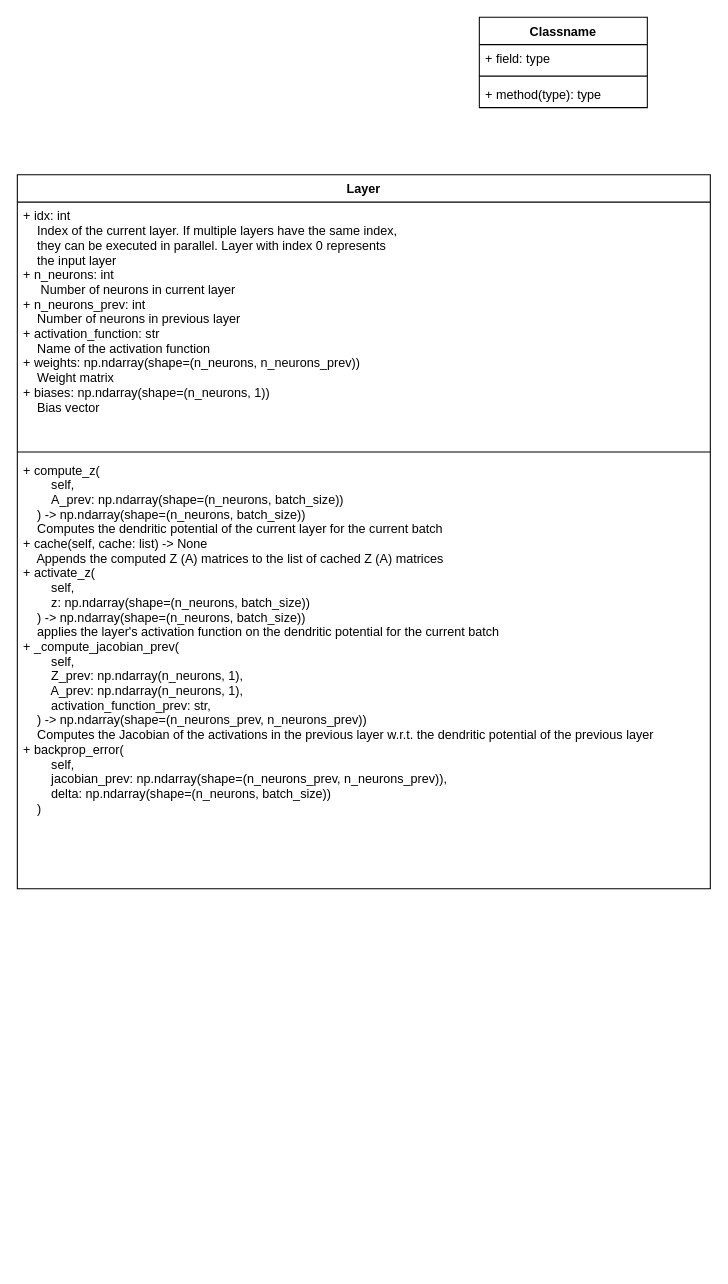
kevinsuedmersen/neural_networks_from_scratch keeps this draw.io diagram as page "classes" (2 of 2) of theory/implementation.drawio. Above is the earlier version. Source tidied: cells renumbered, new cells numbered last; positions are measured from the earlier drawing's top-left corner, leaving out a move shared by most shapes. Both pictures are drawn from the tidied source at 105%, with x=0, y=0 at pixel (17, 17).
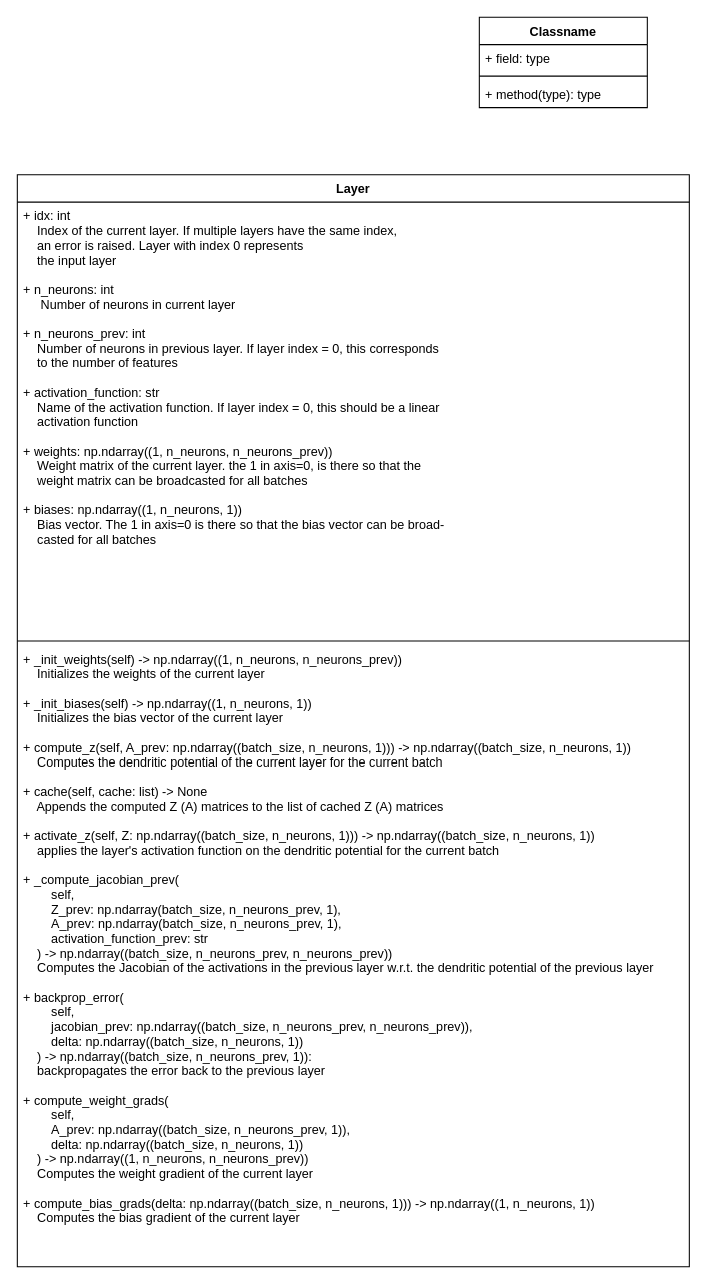
The same page after the edit.

Commit message:
finished Layer class diagram

The edit, as a diff of the source:
```diff
@@
 <mxGraphModel>
   <root>
     <mxCell id="0" />
     <mxCell id="1" parent="0" />
     <mxCell id="2" value="Layer" style="swimlane;fontStyle=1;align=center;verticalAlign=top;horizontal=1;startSize=26;" parent="1" vertex="1">
-      <mxGeometry y="150" width="660" height="680" as="geometry" />
+      <mxGeometry y="150" width="640" height="1040" as="geometry" />
     </mxCell>
-    <mxCell id="3" value="+ idx: int&#10;    Index of the current layer. If multiple layers have the same index,&#10;    they can be executed in parallel. Layer with index 0 represents&#10;    the input layer&#10;+ n_neurons: int &#10;     Number of neurons in current layer&#10;+ n_neurons_prev: int  &#10;    Number of neurons in previous layer&#10;+ activation_function: str  &#10;    Name of the activation function&#10;+ weights: np.ndarray(shape=(n_neurons, n_neurons_prev))  &#10;    Weight matrix&#10;+ biases: np.ndarray(shape=(n_neurons, 1))  &#10;    Bias vector" style="text;strokeColor=none;fillColor=none;align=left;verticalAlign=top;spacingLeft=4;spacingRight=4;overflow=hidden;" parent="2" vertex="1">
-      <mxGeometry y="26" width="660" height="234" as="geometry" />
+    <mxCell id="3" value="+ idx: int&#10;    Index of the current layer. If multiple layers have the same index,&#10;    an error is raised. Layer with index 0 represents&#10;    the input layer&#10;&#10;+ n_neurons: int &#10;     Number of neurons in current layer&#10;&#10;+ n_neurons_prev: int  &#10;    Number of neurons in previous layer. If layer index = 0, this corresponds&#10;    to the number of features&#10;&#10;+ activation_function: str  &#10;    Name of the activation function. If layer index = 0, this should be a linear&#10;    activation function&#10;&#10;+ weights: np.ndarray((1, n_neurons, n_neurons_prev)) &#10;    Weight matrix of the current layer. the 1 in axis=0, is there so that the &#10;    weight matrix can be broadcasted for all batches&#10;&#10;+ biases: np.ndarray((1, n_neurons, 1))  &#10;    Bias vector. The 1 in axis=0 is there so that the bias vector can be broad-&#10;    casted for all batches" style="text;strokeColor=none;fillColor=none;align=left;verticalAlign=top;spacingLeft=4;spacingRight=4;overflow=hidden;" parent="2" vertex="1">
+      <mxGeometry y="26" width="640" height="414" as="geometry" />
     </mxCell>
     <mxCell id="4" style="line;strokeWidth=1;fillColor=none;align=left;verticalAlign=middle;spacingTop=-1;spacingLeft=3;spacingRight=3;labelPosition=right;" parent="2" vertex="1">
-      <mxGeometry y="260" width="660" height="8" as="geometry" />
+      <mxGeometry y="440" width="640" height="8" as="geometry" />
     </mxCell>
-    <mxCell id="5" value="+ compute_z(&#10;        self, &#10;        A_prev: np.ndarray(shape=(n_neurons, batch_size))&#10;    ) -&gt; np.ndarray(shape=(n_neurons, batch_size))  &#10;    Computes the dendritic potential of the current layer for the current batch&#10;+ cache(self, cache: list) -&gt; None&#10;    Appends the computed Z (A) matrices to the list of cached Z (A) matrices&#10;+ activate_z(&#10;        self, &#10;        z: np.ndarray(shape=(n_neurons, batch_size))&#10;    ) -&gt; np.ndarray(shape=(n_neurons, batch_size))&#10;    applies the layer's activation function on the dendritic potential for the current batch&#10;+ _compute_jacobian_prev(&#10;        self, &#10;        Z_prev: np.ndarray(n_neurons, 1),&#10;        A_prev: np.ndarray(n_neurons, 1),&#10;        activation_function_prev: str,&#10;    ) -&gt; np.ndarray(shape=(n_neurons_prev, n_neurons_prev))&#10;    Computes the Jacobian of the activations in the previous layer w.r.t. the dendritic potential of the previous layer&#10;+ backprop_error(&#10;        self,&#10;        jacobian_prev: np.ndarray(shape=(n_neurons_prev, n_neurons_prev)),&#10;        delta: np.ndarray(shape=(n_neurons, batch_size))&#10;    )" style="text;strokeColor=none;fillColor=none;align=left;verticalAlign=top;spacingLeft=4;spacingRight=4;overflow=hidden;" parent="2" vertex="1">
-      <mxGeometry y="268" width="660" height="412" as="geometry" />
+    <mxCell id="5" value="+ _init_weights(self) -&gt; np.ndarray((1, n_neurons, n_neurons_prev))&#10;    Initializes the weights of the current layer&#10;&#10;+ _init_biases(self) -&gt; np.ndarray((1, n_neurons, 1))&#10;    Initializes the bias vector of the current layer&#10;&#10;+ compute_z(self, A_prev: np.ndarray((batch_size, n_neurons, 1))) -&gt; np.ndarray((batch_size, n_neurons, 1))  &#10;    Computes the dendritic potential of the current layer for the current batch&#10;&#10;+ cache(self, cache: list) -&gt; None&#10;    Appends the computed Z (A) matrices to the list of cached Z (A) matrices&#10;&#10;+ activate_z(self, Z: np.ndarray((batch_size, n_neurons, 1))) -&gt; np.ndarray((batch_size, n_neurons, 1))&#10;    applies the layer's activation function on the dendritic potential for the current batch&#10;&#10;+ _compute_jacobian_prev(&#10;        self, &#10;        Z_prev: np.ndarray(batch_size, n_neurons_prev, 1), &#10;        A_prev: np.ndarray(batch_size, n_neurons_prev, 1), &#10;        activation_function_prev: str&#10;    ) -&gt; np.ndarray((batch_size, n_neurons_prev, n_neurons_prev))&#10;    Computes the Jacobian of the activations in the previous layer w.r.t. the dendritic potential of the previous layer&#10;&#10;+ backprop_error(&#10;        self, &#10;        jacobian_prev: np.ndarray((batch_size, n_neurons_prev, n_neurons_prev)), &#10;        delta: np.ndarray((batch_size, n_neurons, 1))&#10;    ) -&gt; np.ndarray((batch_size, n_neurons_prev, 1)):&#10;    backpropagates the error back to the previous layer&#10;&#10;+ compute_weight_grads(&#10;        self, &#10;        A_prev: np.ndarray((batch_size, n_neurons_prev, 1)), &#10;        delta: np.ndarray((batch_size, n_neurons, 1))&#10;    ) -&gt; np.ndarray((1, n_neurons, n_neurons_prev))&#10;    Computes the weight gradient of the current layer&#10;&#10;+ compute_bias_grads(delta: np.ndarray((batch_size, n_neurons, 1))) -&gt; np.ndarray((1, n_neurons, 1))&#10;    Computes the bias gradient of the current layer" style="text;strokeColor=none;fillColor=none;align=left;verticalAlign=top;spacingLeft=4;spacingRight=4;overflow=hidden;" parent="2" vertex="1">
+      <mxGeometry y="448" width="640" height="592" as="geometry" />
     </mxCell>
     <mxCell id="6" value="Classname" style="swimlane;fontStyle=1;align=center;verticalAlign=top;horizontal=1;startSize=26;" parent="1" vertex="1">
       <mxGeometry x="440" width="160" height="86" as="geometry" />
     </mxCell>
     <mxCell id="7" value="+ field: type" style="text;strokeColor=none;fillColor=none;align=left;verticalAlign=top;spacingLeft=4;spacingRight=4;overflow=hidden;" parent="6" vertex="1">
       <mxGeometry y="26" width="160" height="26" as="geometry" />
     </mxCell>
     <mxCell id="8" style="line;strokeWidth=1;fillColor=none;align=left;verticalAlign=middle;spacingTop=-1;spacingLeft=3;spacingRight=3;labelPosition=right;" parent="6" vertex="1">
       <mxGeometry y="52" width="160" height="8" as="geometry" />
     </mxCell>
     <mxCell id="9" value="+ method(type): type" style="text;strokeColor=none;fillColor=none;align=left;verticalAlign=top;spacingLeft=4;spacingRight=4;overflow=hidden;" parent="6" vertex="1">
       <mxGeometry y="60" width="160" height="26" as="geometry" />
     </mxCell>
   </root>
 </mxGraphModel>
```
